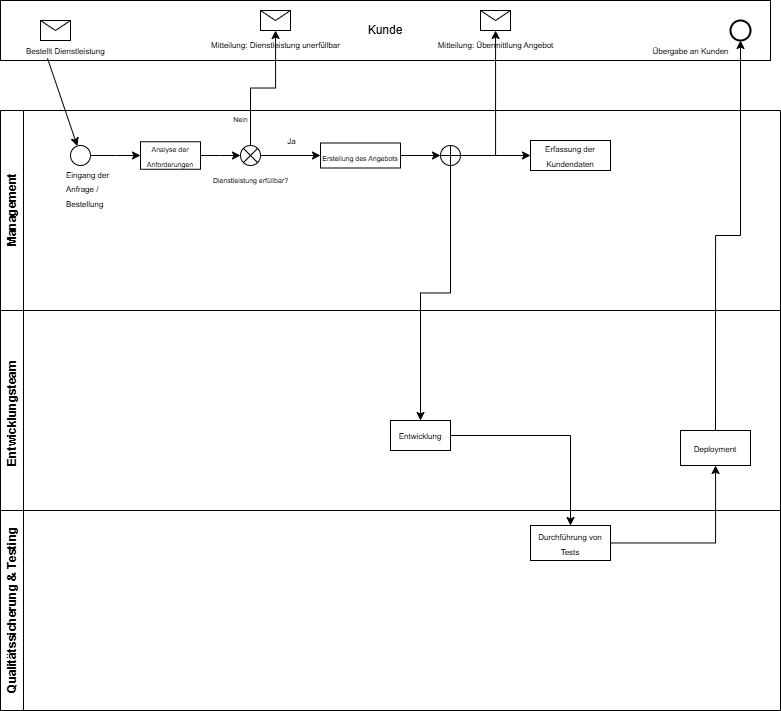
0xj0n1/Grundlagen-Wirtschaftsinformatik-Charts keeps this draw.io diagram as BPMN.drawio.png. Above is the earlier version. Source tidied: cells renumbered, new cells last; positions are measured from the earlier drawing's top-left corner, leaving out a move shared by most shapes. Its diagram source:
```xml
<mxGraphModel>
  <root>
    <mxCell id="0" />
    <mxCell id="1" parent="0" />
    <mxCell id="2" value="Management " style="swimlane;horizontal=0;whiteSpace=wrap;html=1;startSize=23;" parent="1" vertex="1">
      <mxGeometry y="110" width="780" height="200" as="geometry" />
    </mxCell>
    <mxCell id="3" style="edgeStyle=orthogonalEdgeStyle;rounded=0;jettySize=auto;html=1;" parent="2" edge="1" source="4" target="7">
      <mxGeometry relative="1" as="geometry" />
    </mxCell>
    <mxCell id="4" style="ellipse;whiteSpace=wrap;html=1;" parent="2" vertex="1">
      <mxGeometry x="70" y="35" width="20" height="20" as="geometry" />
    </mxCell>
    <mxCell id="5" value="&lt;font style=&quot;font-size: 8px;&quot;&gt;Eingang der Anfrage / Bestellung&lt;/font&gt;" style="text;strokeColor=none;fillColor=none;align=left;verticalAlign=top;spacingLeft=4;spacingRight=4;overflow=hidden;whiteSpace=wrap;html=1;" parent="2" vertex="1">
      <mxGeometry x="60" y="50" width="60" height="60" as="geometry" />
    </mxCell>
    <mxCell id="6" style="edgeStyle=orthogonalEdgeStyle;rounded=0;jettySize=auto;html=1;" parent="2" edge="1" source="7" target="9">
      <mxGeometry relative="1" as="geometry" />
    </mxCell>
    <mxCell id="7" value="&lt;font style=&quot;font-size: 7px;&quot;&gt;Analyse der Anforderungen&lt;/font&gt;" style="whiteSpace=wrap;html=1;" parent="2" vertex="1">
      <mxGeometry x="140" y="31.2" width="60" height="27.5" as="geometry" />
    </mxCell>
    <mxCell id="8" value="&lt;font style=&quot;font-size: 8px;&quot;&gt;Ja&lt;/font&gt;" style="edgeStyle=orthogonalEdgeStyle;rounded=0;jettySize=auto;html=1;" parent="2" edge="1" source="9" target="11">
      <mxGeometry y="15" relative="1" as="geometry" />
    </mxCell>
    <mxCell id="9" value="&lt;font style=&quot;font-size: 7px;&quot;&gt;Dienstleistung erfüllbar?&lt;/font&gt;" style="verticalLabelPosition=bottom;verticalAlign=top;html=1;shape=mxgraph.flowchart.or;" parent="2" vertex="1">
      <mxGeometry x="240" y="35" width="20" height="20" as="geometry" />
    </mxCell>
    <mxCell id="10" style="edgeStyle=orthogonalEdgeStyle;rounded=0;jettySize=auto;html=1;" parent="2" edge="1" source="11" target="13">
      <mxGeometry relative="1" as="geometry" />
    </mxCell>
    <mxCell id="11" value="&lt;font style=&quot;font-size: 7px;&quot;&gt;Erstellung des Angebots&lt;/font&gt;" style="whiteSpace=wrap;html=1;verticalAlign=top;" parent="2" vertex="1">
      <mxGeometry x="320" y="32.5" width="80" height="25" as="geometry" />
    </mxCell>
    <mxCell id="12" style="edgeStyle=orthogonalEdgeStyle;rounded=0;jettySize=auto;html=1;" parent="2" edge="1" source="13" target="14">
      <mxGeometry relative="1" as="geometry" />
    </mxCell>
    <mxCell id="13" style="shape=orEllipse;perimeter=ellipsePerimeter;whiteSpace=wrap;html=1;backgroundOutline=1;" parent="2" vertex="1">
      <mxGeometry x="440" y="35" width="20" height="20" as="geometry" />
    </mxCell>
    <mxCell id="14" value="&lt;font style=&quot;font-size: 8px;&quot;&gt;Erfassung der Kundendaten&lt;/font&gt;" style="whiteSpace=wrap;html=1;" parent="2" vertex="1">
      <mxGeometry x="530" y="30" width="80" height="30" as="geometry" />
    </mxCell>
    <mxCell id="15" value="Entwicklungsteam&amp;nbsp;&amp;nbsp;" style="swimlane;horizontal=0;whiteSpace=wrap;html=1;" parent="1" vertex="1">
      <mxGeometry y="310" width="780" height="200" as="geometry" />
    </mxCell>
    <mxCell id="16" value="&lt;font style=&quot;font-size: 8px;&quot;&gt;Entwicklung&lt;/font&gt;" style="whiteSpace=wrap;html=1;" parent="15" vertex="1">
      <mxGeometry x="390" y="110" width="60" height="30" as="geometry" />
    </mxCell>
    <mxCell id="17" value="&lt;font style=&quot;font-size: 8px;&quot;&gt;Deployment&lt;/font&gt;" style="whiteSpace=wrap;html=1;" parent="15" vertex="1">
      <mxGeometry x="680" y="120" width="70" height="35" as="geometry" />
    </mxCell>
    <mxCell id="18" value="Qualitätssicherung &amp;amp; Testing" style="swimlane;horizontal=0;whiteSpace=wrap;html=1;" parent="1" vertex="1">
      <mxGeometry y="510" width="780" height="200" as="geometry" />
    </mxCell>
    <mxCell id="19" value="&lt;font style=&quot;font-size: 8px;&quot;&gt;Durchführung von Tests&lt;/font&gt;" style="whiteSpace=wrap;html=1;" parent="18" vertex="1">
      <mxGeometry x="530" y="15" width="80" height="35" as="geometry" />
    </mxCell>
    <mxCell id="20" value="Kunde" style="rounded=0;whiteSpace=wrap;html=1;" parent="1" vertex="1">
      <mxGeometry width="770" height="60" as="geometry" />
    </mxCell>
    <mxCell id="21" style="shape=message;html=1;html=1;labelPosition=center;verticalLabelPosition=bottom;align=center;verticalAlign=top;" parent="1" vertex="1">
      <mxGeometry x="40" y="20" width="30" height="20" as="geometry" />
    </mxCell>
    <mxCell id="22" style="endArrow=classic;html=1;rounded=0;exitX=0.061;exitY=0.963;exitDx=0;exitDy=0;exitPerimeter=0;" parent="1" edge="1" source="20" target="4">
      <mxGeometry relative="1" as="geometry" />
    </mxCell>
    <mxCell id="23" value="Bestellt Dienstleistung" style="text;strokeColor=none;fillColor=none;align=left;verticalAlign=top;spacingLeft=4;spacingRight=4;overflow=hidden;whiteSpace=wrap;html=1;fontSize=8;" parent="1" vertex="1">
      <mxGeometry x="20" y="40" width="90" height="33" as="geometry" />
    </mxCell>
    <mxCell id="24" value="&lt;font style=&quot;font-size: 8px;&quot;&gt;Mitteilung: Dienstleistung unerfüllbar&lt;/font&gt;" style="shape=message;html=1;html=1;outlineConnect=0;labelPosition=center;verticalLabelPosition=bottom;align=center;verticalAlign=top;" parent="1" vertex="1">
      <mxGeometry x="260" y="10" width="30" height="20" as="geometry" />
    </mxCell>
    <mxCell id="25" value="&lt;font style=&quot;font-size: 7px;&quot;&gt;Nein&lt;/font&gt;" style="edgeStyle=orthogonalEdgeStyle;rounded=0;jettySize=auto;html=1;" parent="1" edge="1" source="9" target="24">
      <mxGeometry x="-0.62" y="10" relative="1" as="geometry" />
    </mxCell>
    <mxCell id="26" value="&lt;font style=&quot;font-size: 8px;&quot;&gt;Mitteilung: Übermittlung Angebot&lt;/font&gt;" style="shape=message;html=1;html=1;outlineConnect=0;labelPosition=center;verticalLabelPosition=bottom;align=center;verticalAlign=top;" parent="1" vertex="1">
      <mxGeometry x="480" y="10" width="30" height="20" as="geometry" />
    </mxCell>
    <mxCell id="27" style="edgeStyle=orthogonalEdgeStyle;rounded=0;jettySize=auto;html=1;" parent="1" edge="1" source="13" target="26">
      <mxGeometry relative="1" as="geometry" />
    </mxCell>
    <mxCell id="28" style="edgeStyle=orthogonalEdgeStyle;rounded=0;jettySize=auto;html=1;" parent="1" edge="1" source="13" target="16">
      <mxGeometry relative="1" as="geometry" />
    </mxCell>
    <mxCell id="29" style="edgeStyle=orthogonalEdgeStyle;rounded=0;jettySize=auto;html=1;" parent="1" edge="1" source="16" target="19">
      <mxGeometry relative="1" as="geometry" />
    </mxCell>
    <mxCell id="30" style="edgeStyle=orthogonalEdgeStyle;rounded=0;jettySize=auto;html=1;" parent="1" edge="1" source="19" target="17">
      <mxGeometry relative="1" as="geometry" />
    </mxCell>
    <mxCell id="31" style="strokeWidth=2;html=1;shape=mxgraph.flowchart.start_2;whiteSpace=wrap;" parent="1" vertex="1">
      <mxGeometry x="730" y="20" width="20" height="20" as="geometry" />
    </mxCell>
    <mxCell id="32" value="&lt;font style=&quot;font-size: 8px;&quot;&gt;Übergabe an Kunden&lt;/font&gt;" style="edgeStyle=orthogonalEdgeStyle;rounded=0;jettySize=auto;html=1;exitX=0.5;exitY=0;exitDx=0;exitDy=0;entryX=0.5;entryY=1;entryDx=0;entryDy=0;entryPerimeter=0;" parent="1" edge="1" source="17" target="31">
      <mxGeometry x="0.95" y="50" relative="1" as="geometry" />
    </mxCell>
  </root>
</mxGraphModel>
```
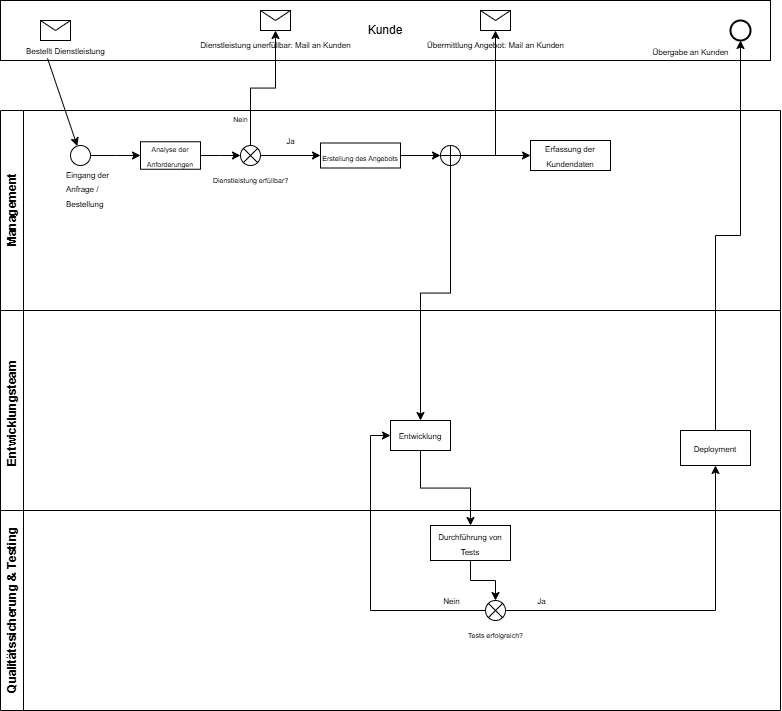
The same diagram one commit later.

What changed in the source:
```diff
@@ -54,8 +54,14 @@
       <mxGeometry y="510" width="780" height="200" as="geometry" />
     </mxCell>
     <mxCell id="19" value="&lt;font style=&quot;font-size: 8px;&quot;&gt;Durchführung von Tests&lt;/font&gt;" style="whiteSpace=wrap;html=1;" parent="18" vertex="1">
-      <mxGeometry x="530" y="15" width="80" height="35" as="geometry" />
+      <mxGeometry x="430" y="15" width="80" height="35" as="geometry" />
     </mxCell>
+    <mxCell id="33" value="&lt;font style=&quot;font-size: 7px;&quot;&gt;Tests erfolgreich?&lt;/font&gt;" style="verticalLabelPosition=bottom;verticalAlign=top;html=1;shape=mxgraph.flowchart.or;" parent="18" vertex="1">
+      <mxGeometry x="485" y="90" width="20" height="20" as="geometry" />
+    </mxCell>
+    <mxCell id="34" style="edgeStyle=orthogonalEdgeStyle;rounded=0;jettySize=auto;html=1;" parent="18" edge="1" source="19" target="33">
+      <mxGeometry relative="1" as="geometry" />
+    </mxCell>
     <mxCell id="20" value="Kunde" style="rounded=0;whiteSpace=wrap;html=1;" parent="1" vertex="1">
       <mxGeometry width="770" height="60" as="geometry" />
     </mxCell>
@@ -68,13 +74,13 @@
     <mxCell id="23" value="Bestellt Dienstleistung" style="text;strokeColor=none;fillColor=none;align=left;verticalAlign=top;spacingLeft=4;spacingRight=4;overflow=hidden;whiteSpace=wrap;html=1;fontSize=8;" parent="1" vertex="1">
       <mxGeometry x="20" y="40" width="90" height="33" as="geometry" />
     </mxCell>
-    <mxCell id="24" value="&lt;font style=&quot;font-size: 8px;&quot;&gt;Mitteilung: Dienstleistung unerfüllbar&lt;/font&gt;" style="shape=message;html=1;html=1;outlineConnect=0;labelPosition=center;verticalLabelPosition=bottom;align=center;verticalAlign=top;" parent="1" vertex="1">
+    <mxCell id="24" value="&lt;font style=&quot;font-size: 8px;&quot;&gt;Dienstleistung unerfüllbar: Mail an Kunden&lt;/font&gt;" style="shape=message;html=1;html=1;outlineConnect=0;labelPosition=center;verticalLabelPosition=bottom;align=center;verticalAlign=top;" parent="1" vertex="1">
       <mxGeometry x="260" y="10" width="30" height="20" as="geometry" />
     </mxCell>
     <mxCell id="25" value="&lt;font style=&quot;font-size: 7px;&quot;&gt;Nein&lt;/font&gt;" style="edgeStyle=orthogonalEdgeStyle;rounded=0;jettySize=auto;html=1;" parent="1" edge="1" source="9" target="24">
       <mxGeometry x="-0.62" y="10" relative="1" as="geometry" />
     </mxCell>
-    <mxCell id="26" value="&lt;font style=&quot;font-size: 8px;&quot;&gt;Mitteilung: Übermittlung Angebot&lt;/font&gt;" style="shape=message;html=1;html=1;outlineConnect=0;labelPosition=center;verticalLabelPosition=bottom;align=center;verticalAlign=top;" parent="1" vertex="1">
+    <mxCell id="26" value="&lt;font style=&quot;font-size: 8px;&quot;&gt;Übermittlung Angebot&lt;/font&gt;&lt;span style=&quot;font-size: 8px;&quot;&gt;: Mail an Kunden&lt;/span&gt;" style="shape=message;html=1;html=1;outlineConnect=0;labelPosition=center;verticalLabelPosition=bottom;align=center;verticalAlign=top;" parent="1" vertex="1">
       <mxGeometry x="480" y="10" width="30" height="20" as="geometry" />
     </mxCell>
     <mxCell id="27" style="edgeStyle=orthogonalEdgeStyle;rounded=0;jettySize=auto;html=1;" parent="1" edge="1" source="13" target="26">
@@ -86,8 +92,8 @@
     <mxCell id="29" style="edgeStyle=orthogonalEdgeStyle;rounded=0;jettySize=auto;html=1;" parent="1" edge="1" source="16" target="19">
       <mxGeometry relative="1" as="geometry" />
     </mxCell>
-    <mxCell id="30" style="edgeStyle=orthogonalEdgeStyle;rounded=0;jettySize=auto;html=1;" parent="1" edge="1" source="19" target="17">
-      <mxGeometry relative="1" as="geometry" />
+    <mxCell id="30" value="&lt;font style=&quot;font-size: 8px;&quot;&gt;Ja&lt;/font&gt;" style="edgeStyle=orthogonalEdgeStyle;rounded=0;jettySize=auto;html=1;exitX=1;exitY=0.5;exitDx=0;exitDy=0;exitPerimeter=0;" parent="1" edge="1" source="33" target="17">
+      <mxGeometry x="-0.8" y="10" relative="1" as="geometry" />
     </mxCell>
     <mxCell id="31" style="strokeWidth=2;html=1;shape=mxgraph.flowchart.start_2;whiteSpace=wrap;" parent="1" vertex="1">
       <mxGeometry x="730" y="20" width="20" height="20" as="geometry" />
@@ -95,5 +101,8 @@
     <mxCell id="32" value="&lt;font style=&quot;font-size: 8px;&quot;&gt;Übergabe an Kunden&lt;/font&gt;" style="edgeStyle=orthogonalEdgeStyle;rounded=0;jettySize=auto;html=1;exitX=0.5;exitY=0;exitDx=0;exitDy=0;entryX=0.5;entryY=1;entryDx=0;entryDy=0;entryPerimeter=0;" parent="1" edge="1" source="17" target="31">
       <mxGeometry x="0.95" y="50" relative="1" as="geometry" />
     </mxCell>
+    <mxCell id="35" value="&lt;font style=&quot;font-size: 8px;&quot;&gt;Nein&lt;/font&gt;" style="edgeStyle=orthogonalEdgeStyle;rounded=0;jettySize=auto;html=1;entryX=0;entryY=0.5;entryDx=0;entryDy=0;" parent="1" edge="1" source="33" target="16">
+      <mxGeometry x="-0.77" y="-10" relative="1" as="geometry" />
+    </mxCell>
   </root>
 </mxGraphModel>
```
